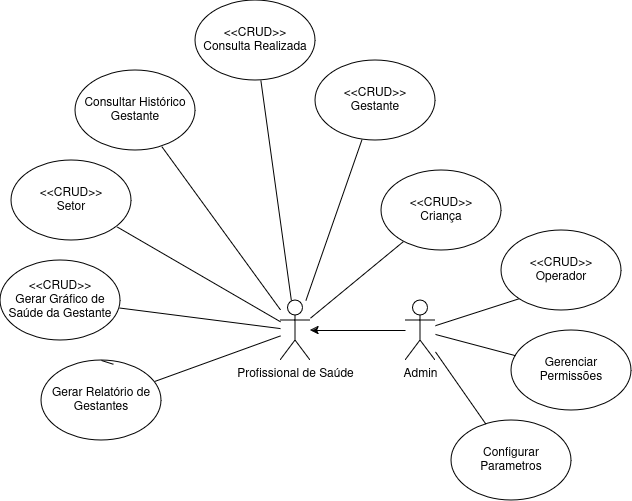
Above: Diagrama de Casos de Uso.drawio.png in LuizGustavoNascimeto/draw.io (draw.io), before the change. Source tidied: cells renumbered, new cells last; positions are measured from the earlier drawing's top-left corner, leaving out a move shared by most shapes.
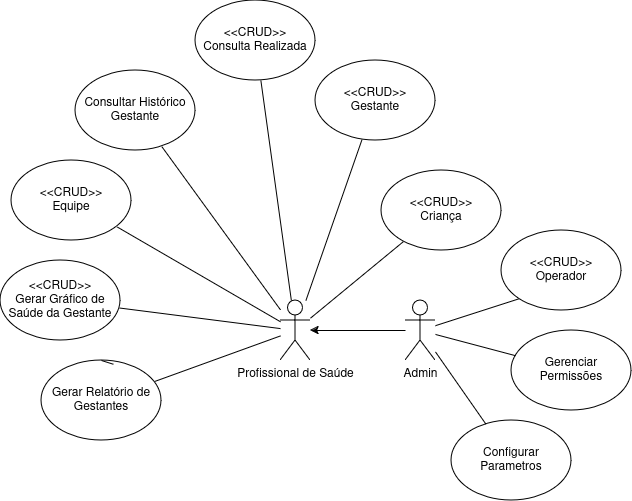
Above is the later version.

The edit, as a diff of the source:
```diff
@@ -38,7 +38,7 @@
     <mxCell id="13" style="edgeStyle=none;shape=connector;rounded=0;jettySize=auto;html=1;strokeColor=default;align=center;verticalAlign=middle;fontFamily=Helvetica;fontSize=11;fontColor=default;labelBackgroundColor=default;endArrow=none;" parent="1" edge="1" source="14" target="4">
       <mxGeometry relative="1" as="geometry" />
     </mxCell>
-    <mxCell id="14" value="&lt;div&gt;&amp;lt;&amp;lt;CRUD&amp;gt;&amp;gt;&lt;/div&gt;&lt;div&gt;Setor&lt;/div&gt;" style="ellipse;whiteSpace=wrap;html=1;" parent="1" vertex="1">
+    <mxCell id="14" value="&lt;div&gt;&amp;lt;&amp;lt;CRUD&amp;gt;&amp;gt;&lt;/div&gt;&lt;div&gt;Equipe&lt;/div&gt;" style="ellipse;whiteSpace=wrap;html=1;" parent="1" vertex="1">
       <mxGeometry x="11" y="160" width="120" height="80" as="geometry" />
     </mxCell>
     <mxCell id="15" style="edgeStyle=none;shape=connector;rounded=0;jettySize=auto;html=1;strokeColor=default;align=center;verticalAlign=middle;fontFamily=Helvetica;fontSize=11;fontColor=default;labelBackgroundColor=default;endArrow=none;" parent="1" edge="1" source="16" target="4">
```
